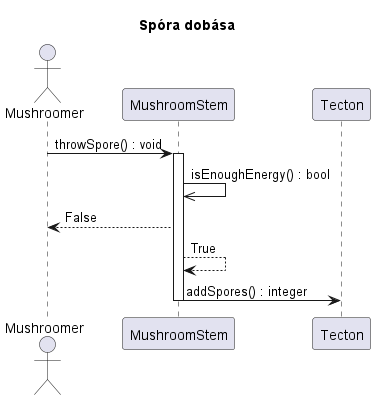
Earlier version of the PlantUML export out/3/sequence/throwSpore/startTurn_mushroomer.png (Petya-G/fungorium). Its diagram source:
```plantuml
@startuml startTurn_mushroomer

title Spóra dobása
actor Mushroomer
Mushroomer -> MushroomStem: throwSpore() : void
activate MushroomStem
MushroomStem ->> MushroomStem: isEnoughEnergy() : bool
MushroomStem --> Mushroomer: False
MushroomStem --> MushroomStem: True
MushroomStem -> Tecton : addSpores() : integer
deactivate MushroomStem

@enduml
```
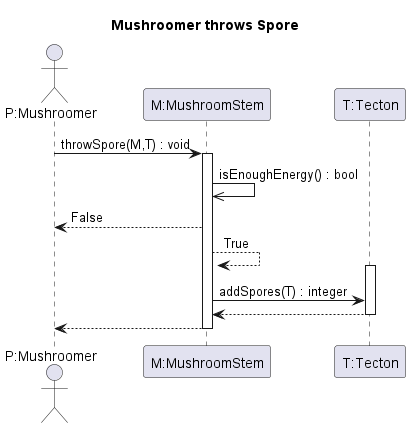
Later version of the same file.

Commit message:
level up diagram + I fixed throw spore diagram

Change to the diagram source:
```diff
@@ -1,13 +1,22 @@
 @startuml startTurn_mushroomer
 
-title Spóra dobása
-actor Mushroomer
-Mushroomer -> MushroomStem: throwSpore() : void
-activate MushroomStem
-MushroomStem ->> MushroomStem: isEnoughEnergy() : bool
-MushroomStem --> Mushroomer: False
-MushroomStem --> MushroomStem: True
-MushroomStem -> Tecton : addSpores() : integer
-deactivate MushroomStem
+title Mushroomer throws Spore
+
+
+actor "P:Mushroomer" as P
+participant "M:MushroomStem" as M
+participant "T:Tecton" as T
+
+P -> M: throwSpore(M,T) : void
+activate M
+M ->> M: isEnoughEnergy() : bool
+M --> P: False
+M --> M: True
+activate T
+M -> T : addSpores(T) : integer
+T --> M
+deactivate T
+M --> P
+deactivate M
 
 @enduml
```
